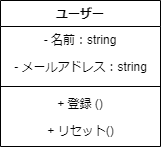
This is 構造図/クラス図/クラス図＿ユーザー.drawio.png from masaki1234567/psp4, a draw.io export, as it was before one commit. Source tidied: cells renumbered, new cells last; positions are measured from the earlier drawing's top-left corner, leaving out a move shared by most shapes. Source of this version:
```xml
<mxGraphModel>
  <root>
    <mxCell id="0" />
    <mxCell id="1" parent="0" />
    <mxCell id="2" value="ユーザー" style="swimlane;fontStyle=1;align=center;verticalAlign=top;horizontal=1;startSize=26;" parent="1" vertex="1">
      <mxGeometry width="160" height="146" as="geometry" />
    </mxCell>
    <mxCell id="3" value="- 名前：string" style="text;strokeColor=none;fillColor=none;align=center;verticalAlign=top;spacingLeft=4;spacingRight=4;overflow=hidden;" parent="2" vertex="1">
      <mxGeometry y="26" width="160" height="26" as="geometry" />
    </mxCell>
    <mxCell id="4" value="- メールアドレス：string" style="text;html=1;align=center;verticalAlign=middle;strokeColor=none;fillColor=none;" parent="2" vertex="1">
      <mxGeometry y="52" width="160" height="30" as="geometry" />
    </mxCell>
    <mxCell id="5" style="line;strokeWidth=1;fillColor=none;align=left;verticalAlign=middle;spacingTop=-1;spacingLeft=3;spacingRight=3;labelPosition=right;strokeColor=inherit;" parent="2" vertex="1">
      <mxGeometry y="82" width="160" height="8" as="geometry" />
    </mxCell>
    <mxCell id="6" value="+ 登録 ()" style="text;strokeColor=none;fillColor=none;align=center;verticalAlign=top;spacingLeft=4;spacingRight=4;overflow=hidden;" parent="2" vertex="1">
      <mxGeometry y="90" width="160" height="26" as="geometry" />
    </mxCell>
    <mxCell id="7" value="+ リセット()" style="text;html=1;align=center;verticalAlign=middle;strokeColor=none;fillColor=none;" parent="2" vertex="1">
      <mxGeometry y="116" width="160" height="30" as="geometry" />
    </mxCell>
  </root>
</mxGraphModel>
```
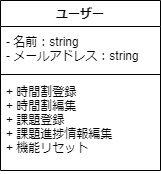
After the change.

Commit message:
クラス図ユーザー完成

Change to the diagram source:
```diff
@@ -2,23 +2,17 @@
   <root>
     <mxCell id="0" />
     <mxCell id="1" parent="0" />
-    <mxCell id="2" value="ユーザー" style="swimlane;fontStyle=1;align=center;verticalAlign=top;horizontal=1;startSize=26;" parent="1" vertex="1">
-      <mxGeometry width="160" height="146" as="geometry" />
-    </mxCell>
-    <mxCell id="3" value="- 名前：string" style="text;strokeColor=none;fillColor=none;align=center;verticalAlign=top;spacingLeft=4;spacingRight=4;overflow=hidden;" parent="2" vertex="1">
-      <mxGeometry y="26" width="160" height="26" as="geometry" />
-    </mxCell>
-    <mxCell id="4" value="- メールアドレス：string" style="text;html=1;align=center;verticalAlign=middle;strokeColor=none;fillColor=none;" parent="2" vertex="1">
-      <mxGeometry y="52" width="160" height="30" as="geometry" />
-    </mxCell>
-    <mxCell id="5" style="line;strokeWidth=1;fillColor=none;align=left;verticalAlign=middle;spacingTop=-1;spacingLeft=3;spacingRight=3;labelPosition=right;strokeColor=inherit;" parent="2" vertex="1">
-      <mxGeometry y="82" width="160" height="8" as="geometry" />
-    </mxCell>
-    <mxCell id="6" value="+ 登録 ()" style="text;strokeColor=none;fillColor=none;align=center;verticalAlign=top;spacingLeft=4;spacingRight=4;overflow=hidden;" parent="2" vertex="1">
-      <mxGeometry y="90" width="160" height="26" as="geometry" />
-    </mxCell>
-    <mxCell id="7" value="+ リセット()" style="text;html=1;align=center;verticalAlign=middle;strokeColor=none;fillColor=none;" parent="2" vertex="1">
-      <mxGeometry y="116" width="160" height="30" as="geometry" />
+    <mxCell id="7" value="ユーザー" style="swimlane;fontStyle=1;align=center;verticalAlign=top;horizontal=1;startSize=26;" parent="1" vertex="1">
+      <mxGeometry y="-20" width="160" height="170" as="geometry" />
     </mxCell>
+    <mxCell id="8" value="- 名前：string&#10;- メールアドレス：string" style="text;strokeColor=none;fillColor=none;align=left;verticalAlign=middle;spacingLeft=4;spacingRight=4;overflow=hidden;" parent="7" vertex="1">
+      <mxGeometry y="26" width="160" height="44" as="geometry" />
+    </mxCell>
+    <mxCell id="9" style="line;strokeWidth=1;fillColor=none;align=left;verticalAlign=middle;spacingTop=-1;spacingLeft=3;spacingRight=3;labelPosition=right;strokeColor=inherit;" parent="7" vertex="1">
+      <mxGeometry y="70" width="160" height="8" as="geometry" />
+    </mxCell>
+    <mxCell id="10" value="+ 時間割登録&#10;+ 時間割編集&#10;+ 課題登録&#10;+ 課題進捗情報編集&#10;+ 機能リセット" style="text;strokeColor=none;fillColor=none;align=left;verticalAlign=top;spacingLeft=4;spacingRight=4;overflow=hidden;" parent="7" vertex="1">
+      <mxGeometry y="78" width="160" height="92" as="geometry" />
+    </mxCell>
   </root>
 </mxGraphModel>
```
